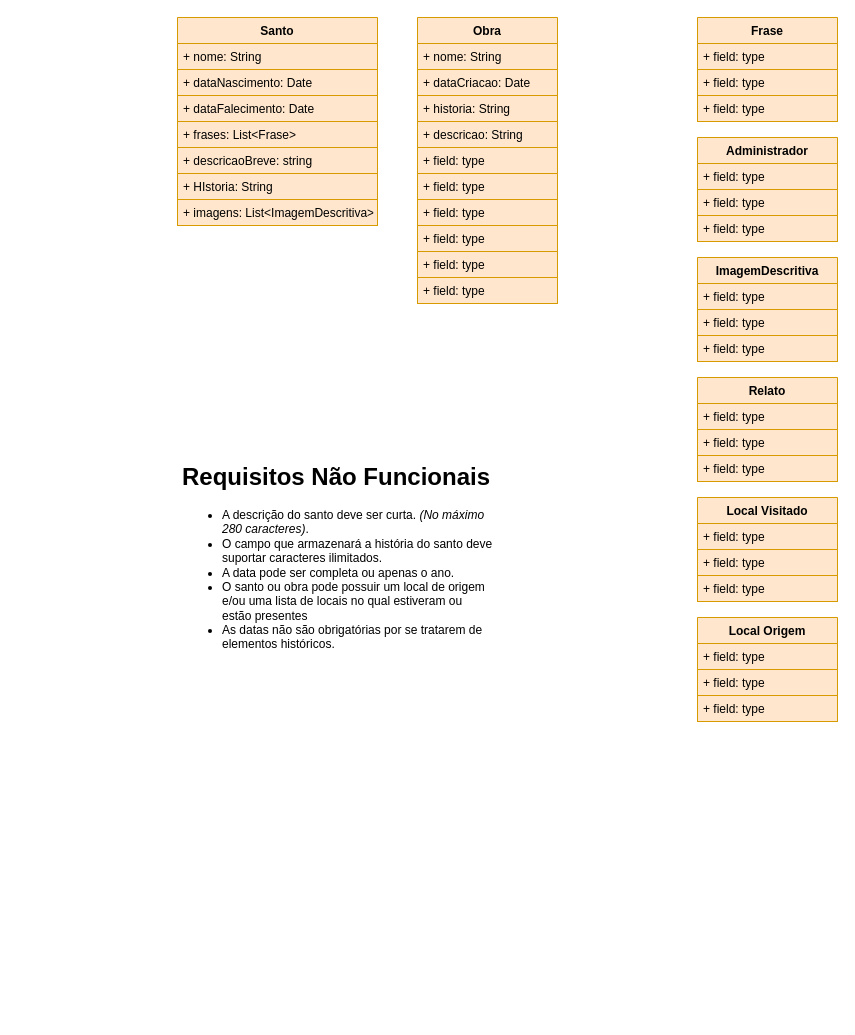
This is page "ClassDiagram" (2 of 2) of Documentation/Untitled Diagram.drawio from the-catholics/Saints-API, a draw.io file, before an edit. Source tidied: cells renumbered, new cells numbered last; positions are measured from the earlier drawing's top-left corner, leaving out a move shared by most shapes. Both pictures are drawn from the tidied source at 100%, with x=0, y=0 at pixel (177, 17).
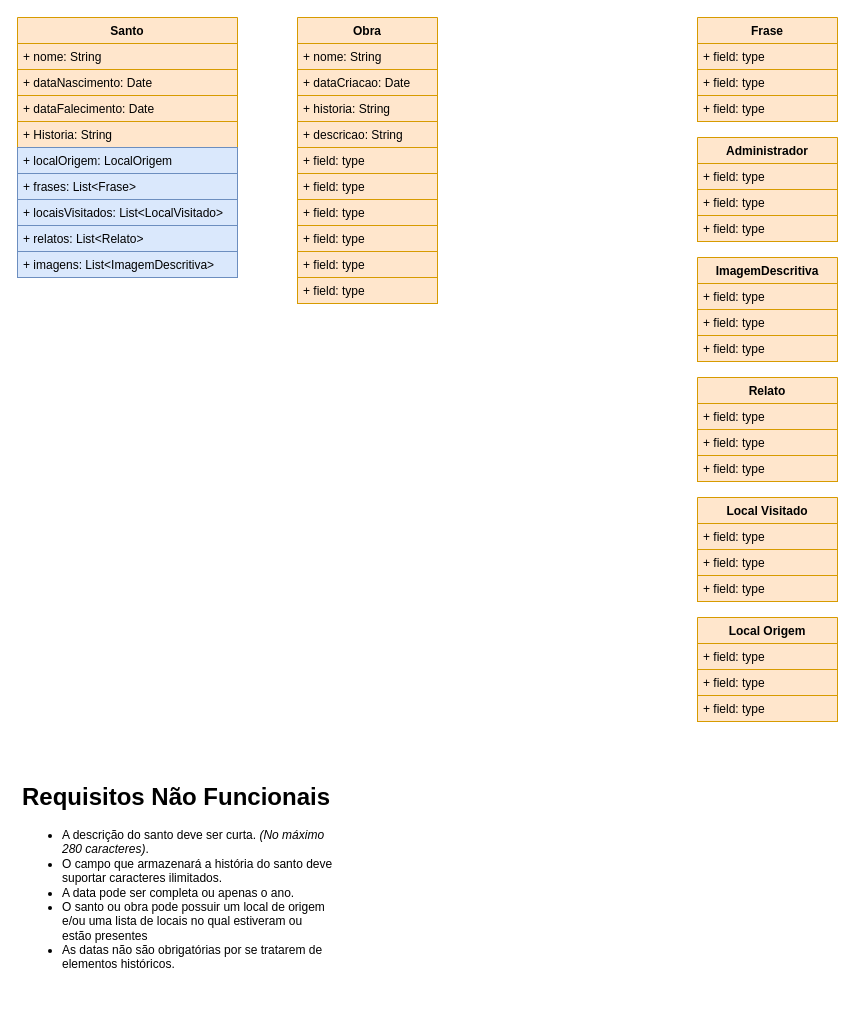
The same diagram, later.

Change to the diagram source:
```diff
@@
     <mxCell id="6" value="Obra" style="swimlane;fontStyle=1;horizontal=1;startSize=26;fillColor=#ffe6cc;strokeColor=#d79b00;" parent="1" vertex="1">
-      <mxGeometry x="240" width="140" height="286" as="geometry" />
+      <mxGeometry x="120" width="140" height="286" as="geometry" />
     </mxCell>
@@
     <mxCell id="17" value="Santo" style="swimlane;fontStyle=1;horizontal=1;startSize=26;fillColor=#ffe6cc;strokeColor=#d79b00;" parent="1" vertex="1">
-      <mxGeometry width="200" height="208" as="geometry" />
+      <mxGeometry x="-160" width="220" height="260" as="geometry" />
     </mxCell>
     <mxCell id="18" value="+ nome: String" style="text;strokeColor=#d79b00;fillColor=#ffe6cc;align=left;verticalAlign=top;spacingLeft=4;spacingRight=4;overflow=hidden;" parent="17" vertex="1">
-      <mxGeometry y="26" width="200" height="26" as="geometry" />
+      <mxGeometry y="26" width="220" height="26" as="geometry" />
     </mxCell>
     <mxCell id="19" value="+ dataNascimento: Date" style="text;strokeColor=#d79b00;fillColor=#ffe6cc;align=left;verticalAlign=top;spacingLeft=4;spacingRight=4;overflow=hidden;" parent="17" vertex="1">
-      <mxGeometry y="52" width="200" height="26" as="geometry" />
+      <mxGeometry y="52" width="220" height="26" as="geometry" />
     </mxCell>
     <mxCell id="20" value="+ dataFalecimento: Date" style="text;strokeColor=#d79b00;fillColor=#ffe6cc;align=left;verticalAlign=top;spacingLeft=4;spacingRight=4;overflow=hidden;" parent="17" vertex="1">
-      <mxGeometry y="78" width="200" height="26" as="geometry" />
+      <mxGeometry y="78" width="220" height="26" as="geometry" />
     </mxCell>
+    <mxCell id="23" value="+ Historia: String" style="text;strokeColor=#d79b00;fillColor=#ffe6cc;align=left;verticalAlign=top;spacingLeft=4;spacingRight=4;overflow=hidden;" parent="17" vertex="1">
+      <mxGeometry y="104" width="220" height="26" as="geometry" />
+    </mxCell>
+    <mxCell id="22" value="+ localOrigem: LocalOrigem" style="text;strokeColor=#6c8ebf;fillColor=#dae8fc;align=left;verticalAlign=top;spacingLeft=4;spacingRight=4;overflow=hidden;" parent="17" vertex="1">
+      <mxGeometry y="130" width="220" height="26" as="geometry" />
+    </mxCell>
-    <mxCell id="21" value="+ frases: List&lt;Frase&gt;" style="text;strokeColor=#d79b00;fillColor=#ffe6cc;align=left;verticalAlign=top;spacingLeft=4;spacingRight=4;overflow=hidden;" parent="17" vertex="1">
-      <mxGeometry y="104" width="200" height="26" as="geometry" />
+    <mxCell id="21" value="+ frases: List&lt;Frase&gt;" style="text;strokeColor=#6c8ebf;fillColor=#dae8fc;align=left;verticalAlign=top;spacingLeft=4;spacingRight=4;overflow=hidden;" parent="17" vertex="1">
+      <mxGeometry y="156" width="220" height="26" as="geometry" />
     </mxCell>
-    <mxCell id="22" value="+ descricaoBreve: string" style="text;strokeColor=#d79b00;fillColor=#ffe6cc;align=left;verticalAlign=top;spacingLeft=4;spacingRight=4;overflow=hidden;" parent="17" vertex="1">
-      <mxGeometry y="130" width="200" height="26" as="geometry" />
-    </mxCell>
-    <mxCell id="23" value="+ HIstoria: String" style="text;strokeColor=#d79b00;fillColor=#ffe6cc;align=left;verticalAlign=top;spacingLeft=4;spacingRight=4;overflow=hidden;" parent="17" vertex="1">
-      <mxGeometry y="156" width="200" height="26" as="geometry" />
-    </mxCell>
+    <mxCell id="46" value="+ locaisVisitados: List&lt;LocalVisitado&gt;" style="text;strokeColor=#6c8ebf;fillColor=#dae8fc;align=left;verticalAlign=top;spacingLeft=4;spacingRight=4;overflow=hidden;" parent="17" vertex="1">
+      <mxGeometry y="182" width="220" height="26" as="geometry" />
+    </mxCell>
+    <mxCell id="47" value="+ relatos: List&lt;Relato&gt;" style="text;strokeColor=#6c8ebf;fillColor=#dae8fc;align=left;verticalAlign=top;spacingLeft=4;spacingRight=4;overflow=hidden;" parent="17" vertex="1">
+      <mxGeometry y="208" width="220" height="26" as="geometry" />
+    </mxCell>
-    <mxCell id="24" value="+ imagens: List&lt;ImagemDescritiva&gt;" style="text;strokeColor=#d79b00;fillColor=#ffe6cc;align=left;verticalAlign=top;spacingLeft=4;spacingRight=4;overflow=hidden;" parent="17" vertex="1">
-      <mxGeometry y="182" width="200" height="26" as="geometry" />
+    <mxCell id="24" value="+ imagens: List&lt;ImagemDescritiva&gt;" style="text;strokeColor=#6c8ebf;fillColor=#dae8fc;align=left;verticalAlign=top;spacingLeft=4;spacingRight=4;overflow=hidden;" parent="17" vertex="1">
+      <mxGeometry y="234" width="220" height="26" as="geometry" />
     </mxCell>
@@
     <mxCell id="29" value="&lt;h1&gt;Requisitos Não Funcionais&lt;/h1&gt;&lt;p&gt;&lt;/p&gt;&lt;ul&gt;&lt;li&gt;A descrição do santo deve ser curta. &lt;i&gt;(No máximo 280 caracteres)&lt;/i&gt;.&lt;/li&gt;&lt;li&gt;O campo que armazenará a história do santo deve suportar caracteres ilimitados.&lt;/li&gt;&lt;li&gt;A data pode ser completa ou apenas o ano.&lt;/li&gt;&lt;li&gt;O santo ou obra pode possuir um local de origem e/ou uma lista de locais no qual estiveram ou estão presentes&lt;/li&gt;&lt;li&gt;As datas não são obrigatórias por se tratarem de elementos históricos.&lt;/li&gt;&lt;/ul&gt;&lt;p&gt;&lt;/p&gt;" style="text;html=1;strokeColor=none;fillColor=none;spacing=5;spacingTop=-20;whiteSpace=wrap;overflow=hidden;rounded=0;" parent="1" vertex="1">
-      <mxGeometry y="440" width="320" height="240" as="geometry" />
+      <mxGeometry x="-160" y="760" width="320" height="240" as="geometry" />
     </mxCell>
```
